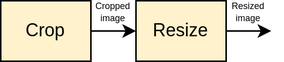
This is Figures/mtcnn_preprocess.png from mauriciobarroso/UBA_MSE-6Co2021_TI, a draw.io export, as it was before one commit. Source tidied: cells renumbered, new cells last; positions are measured from the earlier drawing's top-left corner, leaving out a move shared by most shapes. Source of this version:
```xml
<mxGraphModel math="1">
  <root>
    <mxCell id="0" />
    <mxCell id="1" parent="0" />
    <mxCell id="2" style="edgeStyle=orthogonalEdgeStyle;rounded=0;jettySize=auto;html=1;fillColor=#fff2cc;strokeColor=default;" parent="1" edge="1" source="3" target="5">
      <mxGeometry relative="1" as="geometry" />
    </mxCell>
    <mxCell id="3" value="Crop" style="rounded=0;whiteSpace=wrap;html=1;fillColor=#fff2cc;strokeColor=default;" parent="1" vertex="1">
      <mxGeometry width="60" height="40" as="geometry" />
    </mxCell>
    <mxCell id="4" style="edgeStyle=orthogonalEdgeStyle;rounded=0;jettySize=auto;html=1;exitX=1;exitY=0.5;exitDx=0;exitDy=0;strokeColor=default;" parent="1" edge="1" source="5">
      <mxGeometry relative="1" as="geometry">
        <mxPoint x="180" y="20" as="targetPoint" />
      </mxGeometry>
    </mxCell>
    <mxCell id="5" value="Resize" style="rounded=0;whiteSpace=wrap;html=1;fillColor=#fff2cc;strokeColor=default;" parent="1" vertex="1">
      <mxGeometry x="90" width="60" height="40" as="geometry" />
    </mxCell>
    <mxCell id="6" value="Cropped image" style="text;html=1;strokeColor=none;fillColor=none;align=center;verticalAlign=middle;whiteSpace=wrap;rounded=0;fontSize=6;" parent="1" vertex="1">
      <mxGeometry x="60" width="30" height="15" as="geometry" />
    </mxCell>
    <mxCell id="7" value="Resized image" style="text;html=1;strokeColor=none;fillColor=none;align=center;verticalAlign=middle;whiteSpace=wrap;rounded=0;fontSize=6;" parent="1" vertex="1">
      <mxGeometry x="150" width="30" height="15" as="geometry" />
    </mxCell>
  </root>
</mxGraphModel>
```
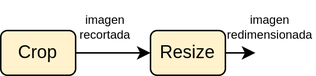
Later version of the same file.

What changed in the source:
```diff
@@ -5,22 +5,22 @@
     <mxCell id="2" style="edgeStyle=orthogonalEdgeStyle;rounded=0;jettySize=auto;html=1;fillColor=#fff2cc;strokeColor=default;" parent="1" edge="1" source="3" target="5">
       <mxGeometry relative="1" as="geometry" />
     </mxCell>
-    <mxCell id="3" value="Crop" style="rounded=0;whiteSpace=wrap;html=1;fillColor=#fff2cc;strokeColor=default;" parent="1" vertex="1">
-      <mxGeometry width="60" height="40" as="geometry" />
+    <mxCell id="3" value="Crop" style="rounded=1;whiteSpace=wrap;html=1;fillColor=#fff2cc;strokeColor=default;" parent="1" vertex="1">
+      <mxGeometry x="-330" y="40" width="50" height="30" as="geometry" />
     </mxCell>
-    <mxCell id="4" style="edgeStyle=orthogonalEdgeStyle;rounded=0;jettySize=auto;html=1;exitX=1;exitY=0.5;exitDx=0;exitDy=0;strokeColor=default;" parent="1" edge="1" source="5">
+    <mxCell id="4" style="edgeStyle=orthogonalEdgeStyle;rounded=0;jettySize=auto;html=1;exitX=1;exitY=0.5;exitDx=0;exitDy=0;" parent="1" edge="1" source="5">
       <mxGeometry relative="1" as="geometry">
-        <mxPoint x="180" y="20" as="targetPoint" />
+        <mxPoint x="-160" y="54.9" as="targetPoint" />
       </mxGeometry>
     </mxCell>
-    <mxCell id="5" value="Resize" style="rounded=0;whiteSpace=wrap;html=1;fillColor=#fff2cc;strokeColor=default;" parent="1" vertex="1">
-      <mxGeometry x="90" width="60" height="40" as="geometry" />
+    <mxCell id="5" value="Resize" style="rounded=1;whiteSpace=wrap;html=1;fillColor=#fff2cc;strokeColor=default;" parent="1" vertex="1">
+      <mxGeometry x="-230" y="40" width="50" height="30" as="geometry" />
     </mxCell>
-    <mxCell id="6" value="Cropped image" style="text;html=1;strokeColor=none;fillColor=none;align=center;verticalAlign=middle;whiteSpace=wrap;rounded=0;fontSize=6;" parent="1" vertex="1">
-      <mxGeometry x="60" width="30" height="15" as="geometry" />
+    <mxCell id="6" value="imagen recortada" style="text;html=1;strokeColor=none;fillColor=none;align=center;verticalAlign=middle;whiteSpace=wrap;rounded=0;fontSize=8;" parent="1" vertex="1">
+      <mxGeometry x="-280" y="20" width="40" height="35" as="geometry" />
     </mxCell>
-    <mxCell id="7" value="Resized image" style="text;html=1;strokeColor=none;fillColor=none;align=center;verticalAlign=middle;whiteSpace=wrap;rounded=0;fontSize=6;" parent="1" vertex="1">
-      <mxGeometry x="150" width="30" height="15" as="geometry" />
+    <mxCell id="7" value="imagen redimensionada" style="text;html=1;strokeColor=none;fillColor=none;align=center;verticalAlign=middle;whiteSpace=wrap;rounded=0;fontSize=8;" parent="1" vertex="1">
+      <mxGeometry x="-180" y="20" width="60" height="35" as="geometry" />
     </mxCell>
   </root>
 </mxGraphModel>
```
